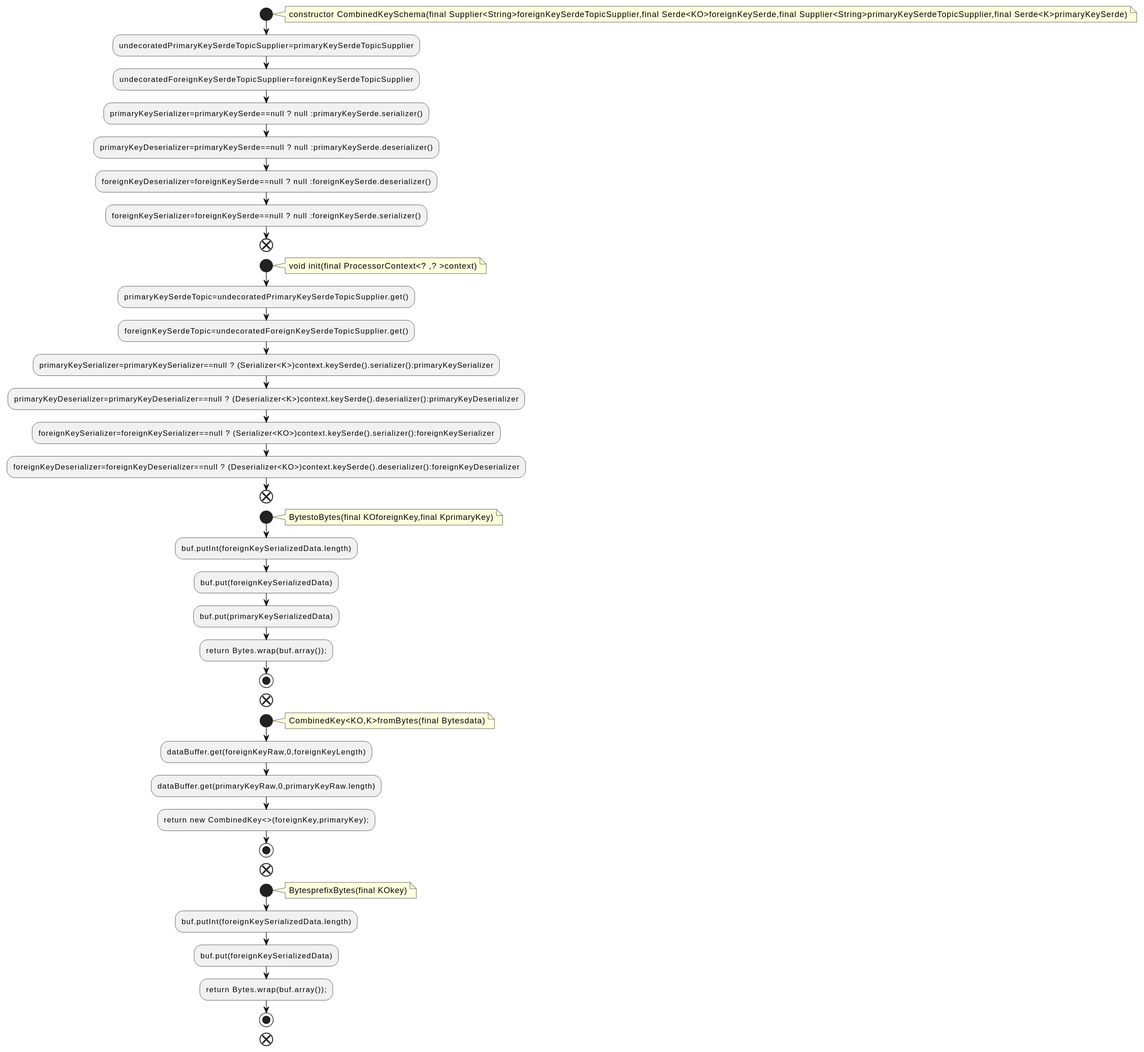
The PlantUML diagram docs/qc/streams/src/main/java/org/apache/kafka/streams/kstream/internals/foreignkeyjoin/CombinedKeySchema.java.fct.svg in qualitesys/kafka, before a commit. Source of this version:
```plantuml
@startuml
!pragma layout smetana
start
note right
constructor CombinedKeySchema(final Supplier<String>foreignKeySerdeTopicSupplier,final Serde<KO>foreignKeySerde,final Supplier<String>primaryKeySerdeTopicSupplier,final Serde<K>primaryKeySerde)
end note
:undecoratedPrimaryKeySerdeTopicSupplier=primaryKeySerdeTopicSupplier;
:undecoratedForeignKeySerdeTopicSupplier=foreignKeySerdeTopicSupplier;
:primaryKeySerializer=primaryKeySerde==null ? null :primaryKeySerde.serializer();
:primaryKeyDeserializer=primaryKeySerde==null ? null :primaryKeySerde.deserializer();
:foreignKeyDeserializer=foreignKeySerde==null ? null :foreignKeySerde.deserializer();
:foreignKeySerializer=foreignKeySerde==null ? null :foreignKeySerde.serializer();
end
start
note right
void init(final ProcessorContext<? ,? >context)
end note
:primaryKeySerdeTopic=undecoratedPrimaryKeySerdeTopicSupplier.get();
:foreignKeySerdeTopic=undecoratedForeignKeySerdeTopicSupplier.get();
:primaryKeySerializer=primaryKeySerializer==null ? (Serializer<K>)context.keySerde().serializer():primaryKeySerializer;
:primaryKeyDeserializer=primaryKeyDeserializer==null ? (Deserializer<K>)context.keySerde().deserializer():primaryKeyDeserializer;
:foreignKeySerializer=foreignKeySerializer==null ? (Serializer<KO>)context.keySerde().serializer():foreignKeySerializer;
:foreignKeyDeserializer=foreignKeyDeserializer==null ? (Deserializer<KO>)context.keySerde().deserializer():foreignKeyDeserializer;
end
start
note right
BytestoBytes(final KOforeignKey,final KprimaryKey)
end note
:buf.putInt(foreignKeySerializedData.length);
:buf.put(foreignKeySerializedData);
:buf.put(primaryKeySerializedData);
:return Bytes.wrap(buf.array());;
stop
end
start
note right
CombinedKey<KO,K>fromBytes(final Bytesdata)
end note
:dataBuffer.get(foreignKeyRaw,0,foreignKeyLength);
:dataBuffer.get(primaryKeyRaw,0,primaryKeyRaw.length);
:return new CombinedKey<>(foreignKey,primaryKey);;
stop
end
start
note right
BytesprefixBytes(final KOkey)
end note
:buf.putInt(foreignKeySerializedData.length);
:buf.put(foreignKeySerializedData);
:return Bytes.wrap(buf.array());;
stop
end
@enduml
```
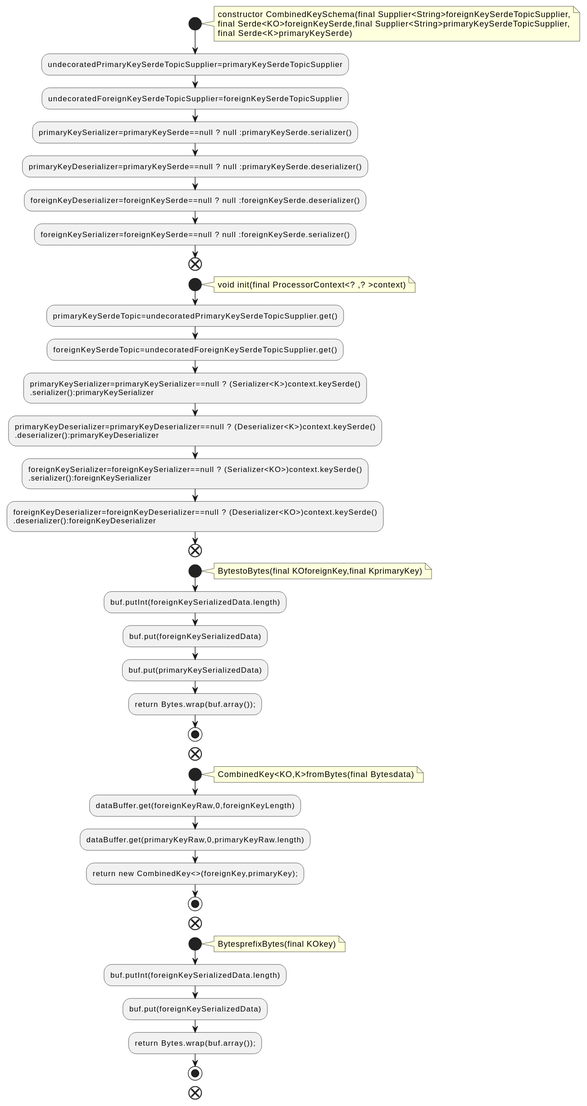
Above is the later version.

Diff of the diagram source:
```diff
@@ -2,7 +2,9 @@
 !pragma layout smetana
 start
 note right
-constructor CombinedKeySchema(final Supplier<String>foreignKeySerdeTopicSupplier,final Serde<KO>foreignKeySerde,final Supplier<String>primaryKeySerdeTopicSupplier,final Serde<K>primaryKeySerde)
+constructor CombinedKeySchema(final Supplier<String>foreignKeySerdeTopicSupplier,
+final Serde<KO>foreignKeySerde,final Supplier<String>primaryKeySerdeTopicSupplier,
+final Serde<K>primaryKeySerde)
 end note
 :undecoratedPrimaryKeySerdeTopicSupplier=primaryKeySerdeTopicSupplier;
 :undecoratedForeignKeySerdeTopicSupplier=foreignKeySerdeTopicSupplier;
@@ -17,10 +19,14 @@
 end note
 :primaryKeySerdeTopic=undecoratedPrimaryKeySerdeTopicSupplier.get();
 :foreignKeySerdeTopic=undecoratedForeignKeySerdeTopicSupplier.get();
-:primaryKeySerializer=primaryKeySerializer==null ? (Serializer<K>)context.keySerde().serializer():primaryKeySerializer;
-:primaryKeyDeserializer=primaryKeyDeserializer==null ? (Deserializer<K>)context.keySerde().deserializer():primaryKeyDeserializer;
-:foreignKeySerializer=foreignKeySerializer==null ? (Serializer<KO>)context.keySerde().serializer():foreignKeySerializer;
-:foreignKeyDeserializer=foreignKeyDeserializer==null ? (Deserializer<KO>)context.keySerde().deserializer():foreignKeyDeserializer;
+:primaryKeySerializer=primaryKeySerializer==null ? (Serializer<K>)context.keySerde()
+.serializer():primaryKeySerializer;
+:primaryKeyDeserializer=primaryKeyDeserializer==null ? (Deserializer<K>)context.keySerde()
+.deserializer():primaryKeyDeserializer;
+:foreignKeySerializer=foreignKeySerializer==null ? (Serializer<KO>)context.keySerde()
+.serializer():foreignKeySerializer;
+:foreignKeyDeserializer=foreignKeyDeserializer==null ? (Deserializer<KO>)context.keySerde()
+.deserializer():foreignKeyDeserializer;
 end
 start
 note right
```
